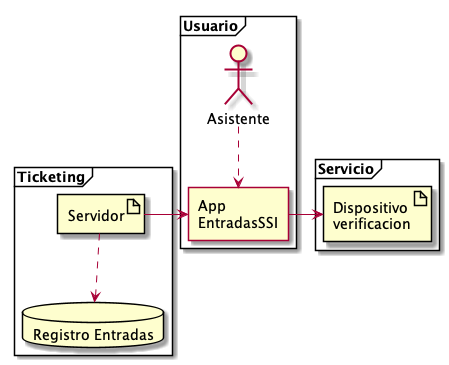
hesusruiz/TicketsSSI keeps this PlantUML diagram as assets/arquitectura1.png. Above is the earlier version.
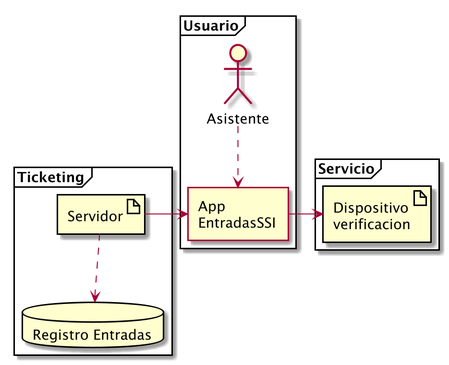
The same diagram one commit later.

What changed in the source:
```diff
@@ -1,4 +1,6 @@
 @startuml
+skinparam dpi 200
+
 
 
 frame Ticketing {
@@ -17,7 +19,7 @@
 
 Servidor ..> Registro
 Asistente ..> Movil
-Servidor -> Movil
-Movil -> Device
+Servidor -r-> Movil
+Movil -r-> Device
 
 @enduml
```
